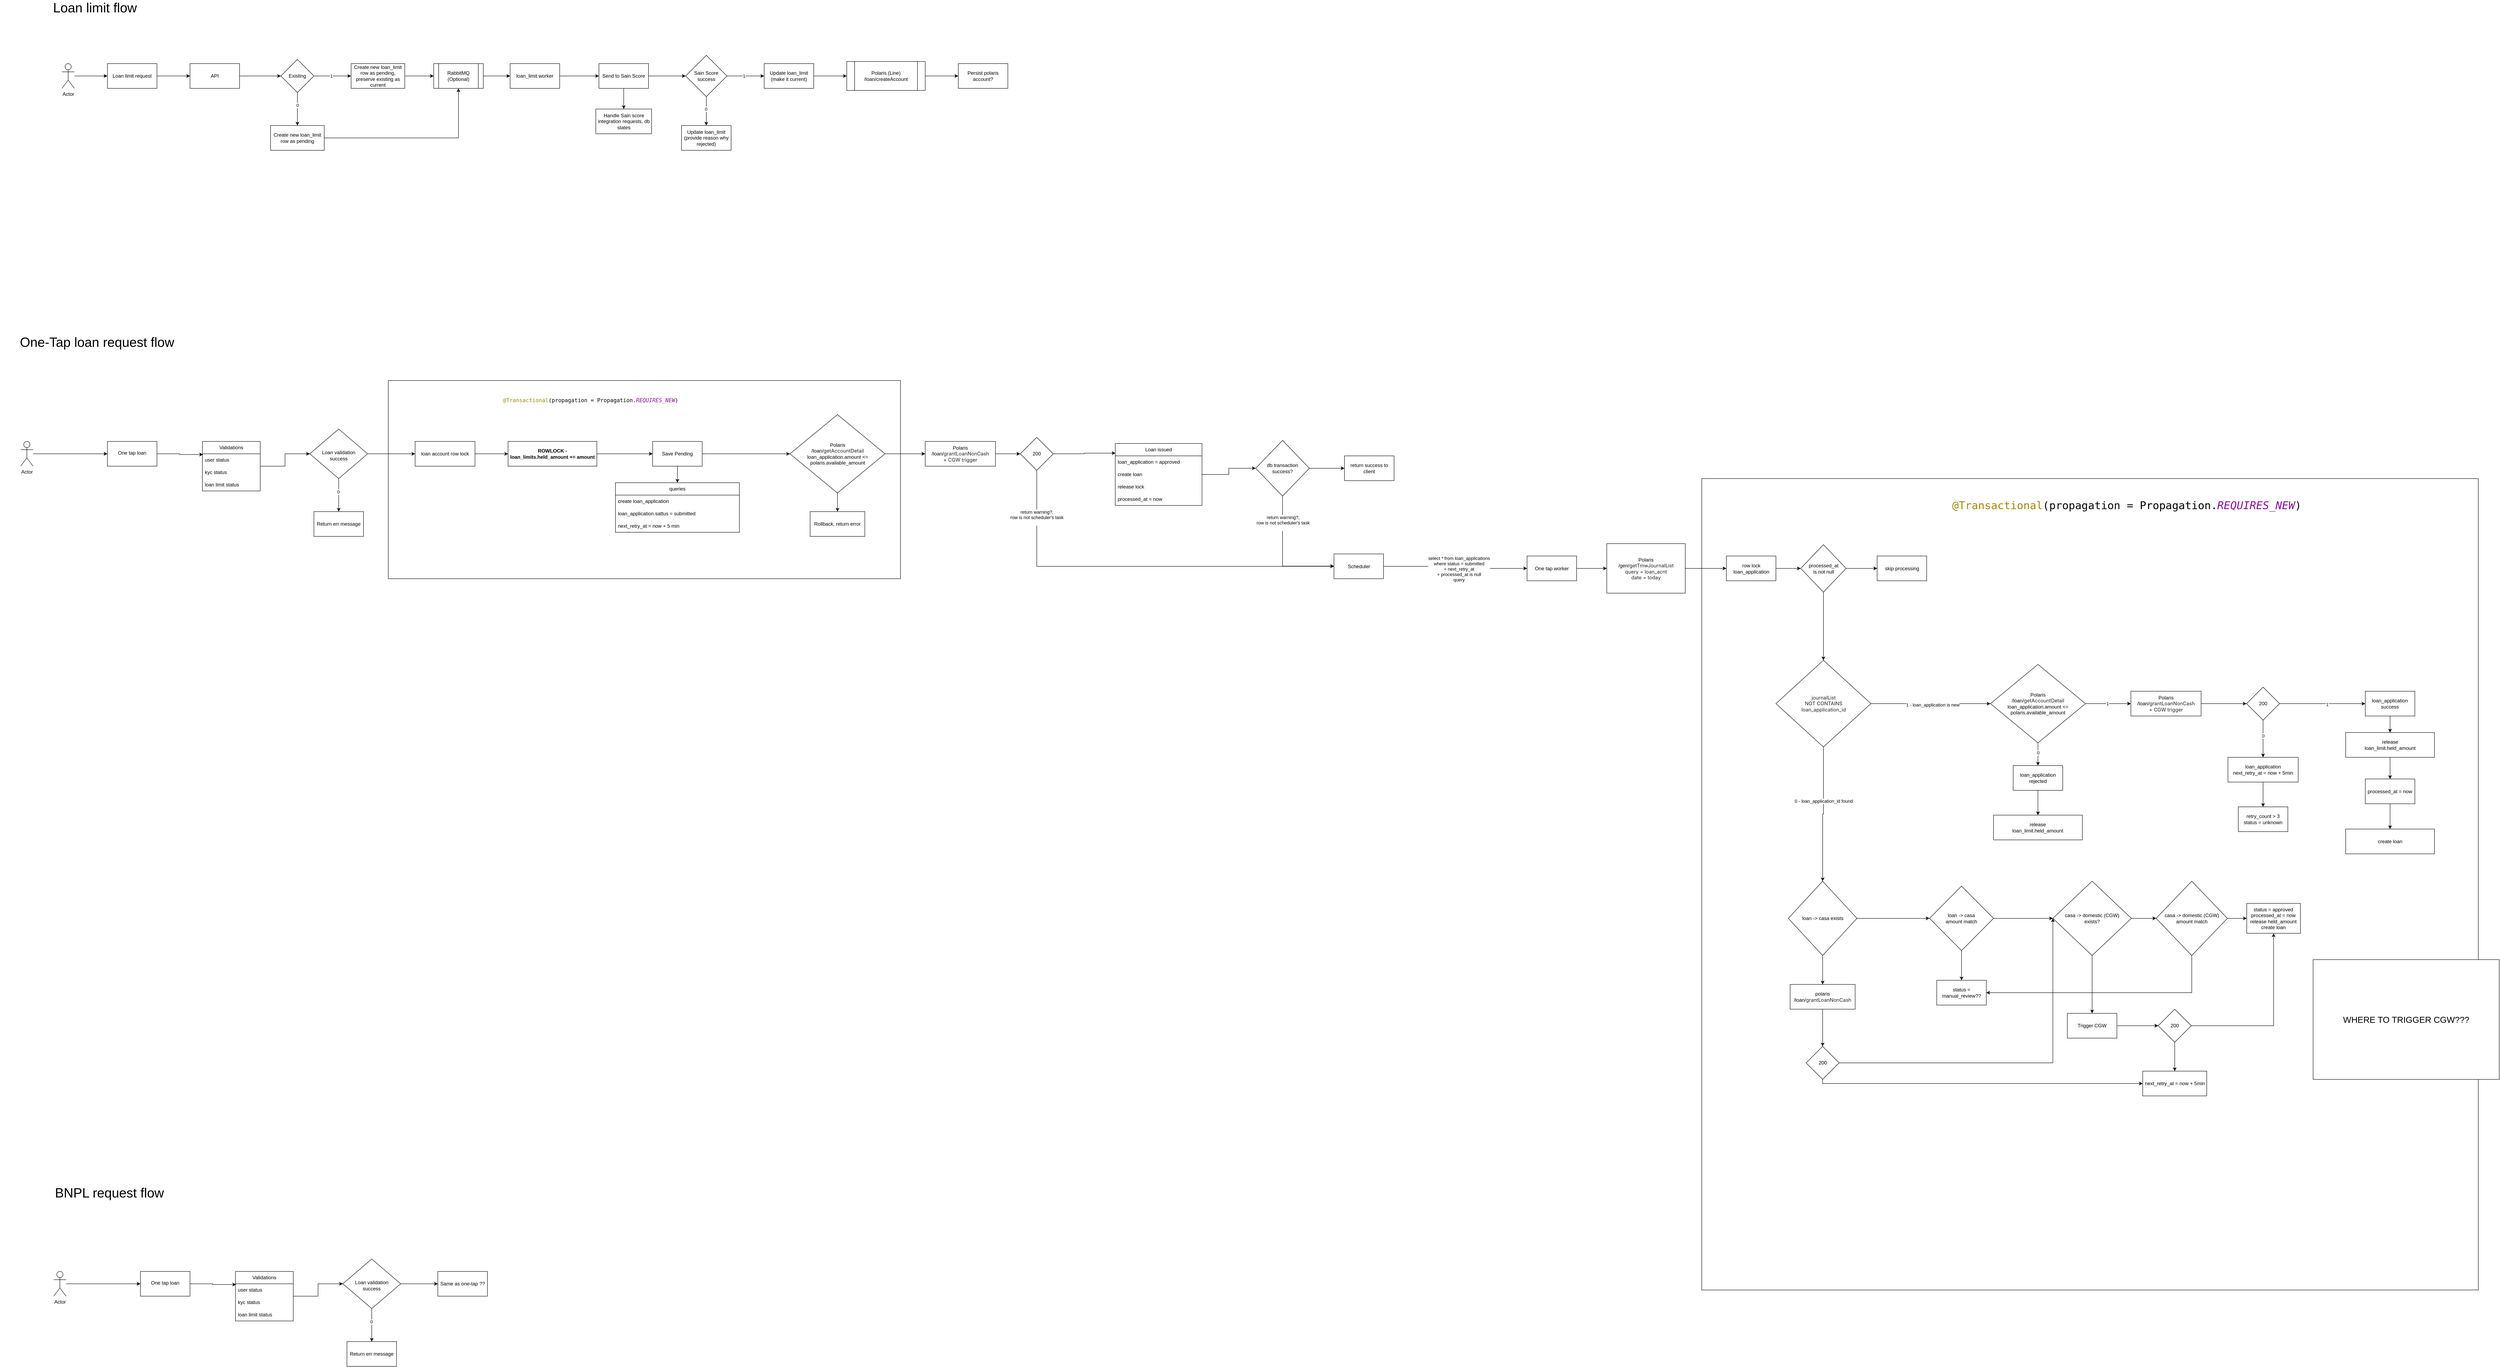
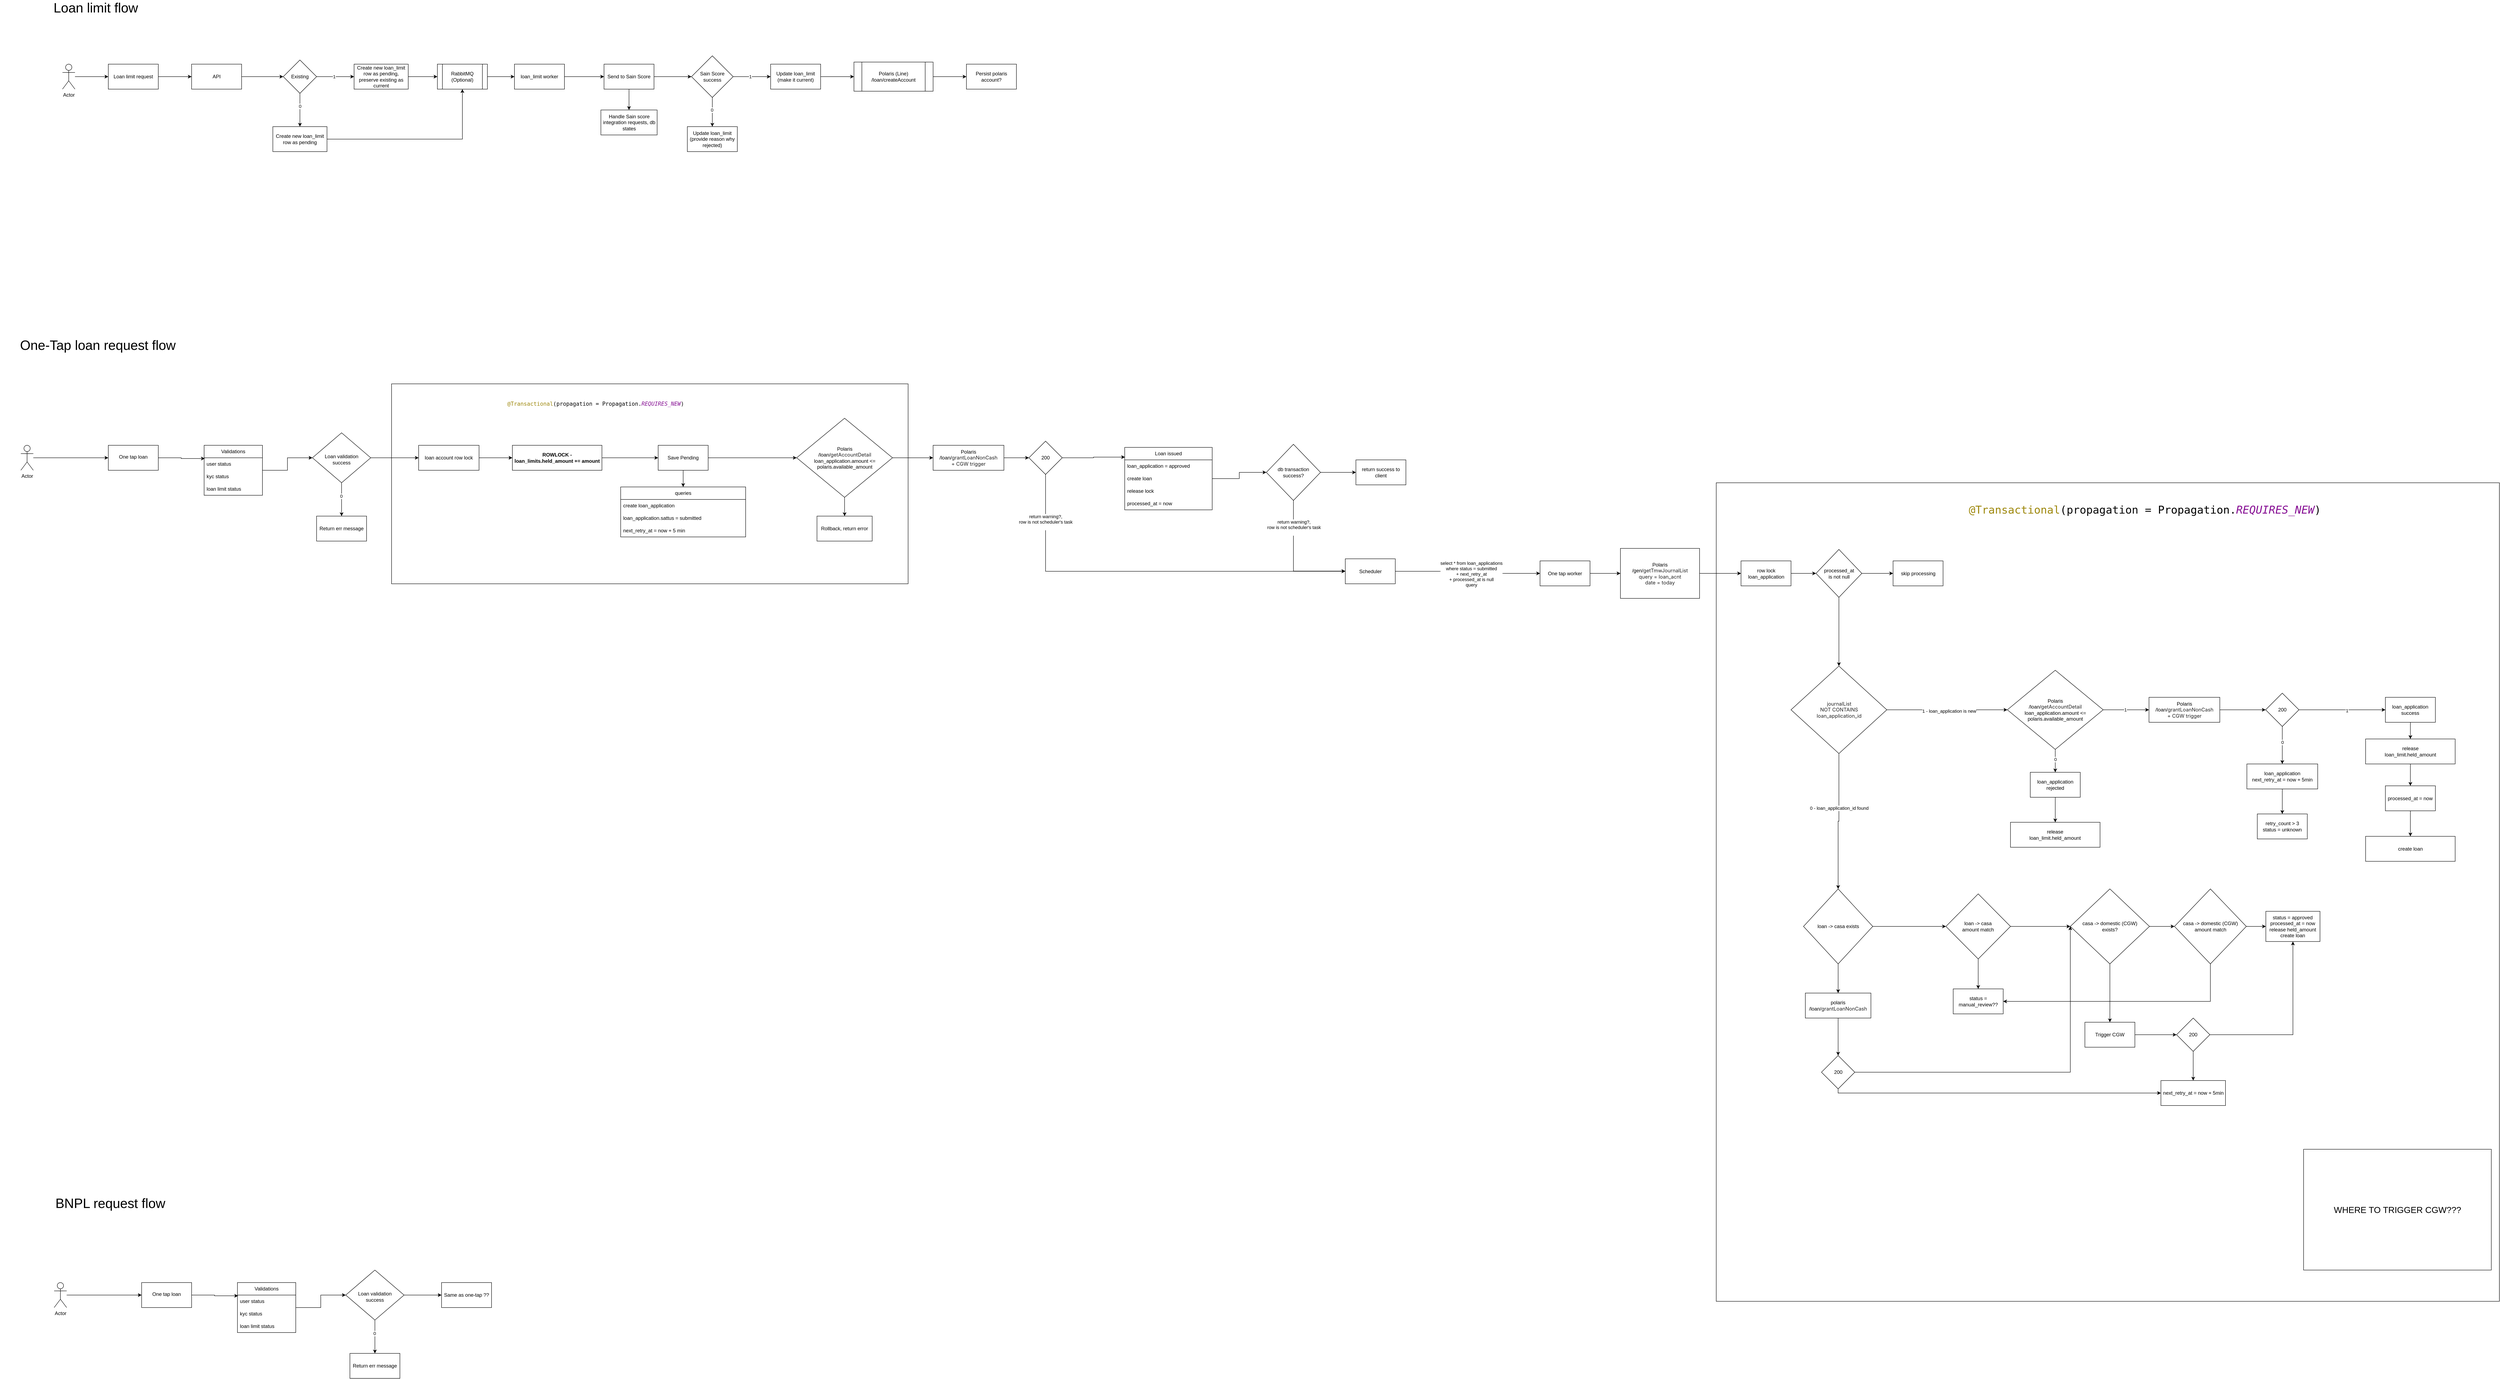
<mxfile host="app.diagrams.net">
  <diagram name="Page-1" id="VCBSuIh8bz7kurrQ0Zaz">
-     <mxGraphModel dx="2635" dy="1044" grid="1" gridSize="10" guides="1" tooltips="1" connect="1" arrows="1" fold="1" page="1" pageScale="1" pageWidth="850" pageHeight="1100" math="0" shadow="0">
+     <mxGraphModel dx="3082" dy="1305" grid="1" gridSize="10" guides="1" tooltips="1" connect="1" arrows="1" fold="1" page="1" pageScale="1" pageWidth="850" pageHeight="1100" math="0" shadow="0">
      <root>
        <mxCell id="0" />
        <mxCell id="1" parent="0" />
        <mxCell id="In8fDh9ZLN2M87an2Miy-188" parent="1" style="rounded=0;whiteSpace=wrap;html=1;movable=0;resizable=0;rotatable=0;deletable=0;editable=0;locked=1;connectable=0;" value="" vertex="1">
          <mxGeometry height="1965" width="1880" x="4010" y="1215" as="geometry" />
        </mxCell>
        <mxCell id="In8fDh9ZLN2M87an2Miy-172" parent="1" style="rounded=0;whiteSpace=wrap;html=1;movable=0;resizable=0;rotatable=0;deletable=0;editable=0;locked=1;connectable=0;" value="" vertex="1">
          <mxGeometry height="480" width="1240" x="830" y="977.5" as="geometry" />
        </mxCell>
        <mxCell id="KqixbsF9o6dLofBvsG9t-5" edge="1" parent="1" source="KqixbsF9o6dLofBvsG9t-1" style="edgeStyle=orthogonalEdgeStyle;rounded=0;orthogonalLoop=1;jettySize=auto;html=1;" target="KqixbsF9o6dLofBvsG9t-4" value="">
          <mxGeometry relative="1" as="geometry" />
        </mxCell>
        <mxCell id="KqixbsF9o6dLofBvsG9t-1" parent="1" style="rounded=0;whiteSpace=wrap;html=1;" value="Loan limit request" vertex="1">
          <mxGeometry height="60" width="120" x="150" y="210" as="geometry" />
        </mxCell>
        <mxCell id="KqixbsF9o6dLofBvsG9t-3" edge="1" parent="1" source="KqixbsF9o6dLofBvsG9t-2" style="edgeStyle=orthogonalEdgeStyle;rounded=0;orthogonalLoop=1;jettySize=auto;html=1;" target="KqixbsF9o6dLofBvsG9t-1" value="">
          <mxGeometry relative="1" as="geometry" />
        </mxCell>
        <mxCell id="KqixbsF9o6dLofBvsG9t-2" parent="1" style="shape=umlActor;verticalLabelPosition=bottom;verticalAlign=top;html=1;outlineConnect=0;" value="Actor" vertex="1">
          <mxGeometry height="60" width="30" x="40" y="210" as="geometry" />
        </mxCell>
        <mxCell id="KqixbsF9o6dLofBvsG9t-9" edge="1" parent="1" source="KqixbsF9o6dLofBvsG9t-4" style="edgeStyle=orthogonalEdgeStyle;rounded=0;orthogonalLoop=1;jettySize=auto;html=1;" target="KqixbsF9o6dLofBvsG9t-8" value="">
          <mxGeometry relative="1" as="geometry" />
        </mxCell>
        <mxCell id="KqixbsF9o6dLofBvsG9t-4" parent="1" style="rounded=0;whiteSpace=wrap;html=1;" value="API" vertex="1">
          <mxGeometry height="60" width="120" x="350" y="210" as="geometry" />
        </mxCell>
        <mxCell id="KqixbsF9o6dLofBvsG9t-11" edge="1" parent="1" source="KqixbsF9o6dLofBvsG9t-8" style="edgeStyle=orthogonalEdgeStyle;rounded=0;orthogonalLoop=1;jettySize=auto;html=1;" target="KqixbsF9o6dLofBvsG9t-10" value="">
          <mxGeometry relative="1" as="geometry" />
        </mxCell>
        <mxCell id="KqixbsF9o6dLofBvsG9t-12" connectable="0" parent="KqixbsF9o6dLofBvsG9t-11" style="edgeLabel;html=1;align=center;verticalAlign=middle;resizable=0;points=[];" value="1" vertex="1">
          <mxGeometry relative="1" x="-0.079" as="geometry">
            <mxPoint as="offset" />
          </mxGeometry>
        </mxCell>
        <mxCell id="KqixbsF9o6dLofBvsG9t-14" edge="1" parent="1" source="KqixbsF9o6dLofBvsG9t-8" style="edgeStyle=orthogonalEdgeStyle;rounded=0;orthogonalLoop=1;jettySize=auto;html=1;" target="KqixbsF9o6dLofBvsG9t-13" value="">
          <mxGeometry relative="1" as="geometry" />
        </mxCell>
        <mxCell id="KqixbsF9o6dLofBvsG9t-15" connectable="0" parent="KqixbsF9o6dLofBvsG9t-14" style="edgeLabel;html=1;align=center;verticalAlign=middle;resizable=0;points=[];" value="0" vertex="1">
          <mxGeometry relative="1" x="-0.2407" as="geometry">
            <mxPoint as="offset" />
          </mxGeometry>
        </mxCell>
        <mxCell id="KqixbsF9o6dLofBvsG9t-8" parent="1" style="rhombus;whiteSpace=wrap;html=1;rounded=0;" value="Existing" vertex="1">
          <mxGeometry height="80" width="80" x="570" y="200" as="geometry" />
        </mxCell>
        <mxCell id="KqixbsF9o6dLofBvsG9t-23" edge="1" parent="1" source="KqixbsF9o6dLofBvsG9t-10" style="edgeStyle=orthogonalEdgeStyle;rounded=0;orthogonalLoop=1;jettySize=auto;html=1;" target="KqixbsF9o6dLofBvsG9t-22" value="">
          <mxGeometry relative="1" as="geometry" />
        </mxCell>
        <mxCell id="KqixbsF9o6dLofBvsG9t-10" parent="1" style="whiteSpace=wrap;html=1;rounded=0;" value="Create new loan_limit row as pending, preserve existing as current" vertex="1">
          <mxGeometry height="60" width="130" x="740" y="210" as="geometry" />
        </mxCell>
        <mxCell id="KqixbsF9o6dLofBvsG9t-26" edge="1" parent="1" source="KqixbsF9o6dLofBvsG9t-13" style="edgeStyle=orthogonalEdgeStyle;rounded=0;orthogonalLoop=1;jettySize=auto;html=1;entryX=0.5;entryY=1;entryDx=0;entryDy=0;" target="KqixbsF9o6dLofBvsG9t-22">
          <mxGeometry relative="1" as="geometry" />
        </mxCell>
        <mxCell id="KqixbsF9o6dLofBvsG9t-13" parent="1" style="whiteSpace=wrap;html=1;rounded=0;" value="Create new loan_limit row as pending" vertex="1">
          <mxGeometry height="60" width="130" x="545" y="360" as="geometry" />
        </mxCell>
        <mxCell id="KqixbsF9o6dLofBvsG9t-25" edge="1" parent="1" source="KqixbsF9o6dLofBvsG9t-22" style="edgeStyle=orthogonalEdgeStyle;rounded=0;orthogonalLoop=1;jettySize=auto;html=1;" target="KqixbsF9o6dLofBvsG9t-24" value="">
          <mxGeometry relative="1" as="geometry" />
        </mxCell>
        <mxCell id="KqixbsF9o6dLofBvsG9t-22" parent="1" style="shape=process;whiteSpace=wrap;html=1;backgroundOutline=1;rounded=0;" value="RabbitMQ (Optional)" vertex="1">
          <mxGeometry height="60" width="120" x="940" y="210" as="geometry" />
        </mxCell>
        <mxCell id="KqixbsF9o6dLofBvsG9t-28" edge="1" parent="1" source="KqixbsF9o6dLofBvsG9t-24" style="edgeStyle=orthogonalEdgeStyle;rounded=0;orthogonalLoop=1;jettySize=auto;html=1;" target="KqixbsF9o6dLofBvsG9t-27" value="">
          <mxGeometry relative="1" as="geometry" />
        </mxCell>
        <mxCell id="KqixbsF9o6dLofBvsG9t-24" parent="1" style="whiteSpace=wrap;html=1;rounded=0;" value="loan_limit worker" vertex="1">
          <mxGeometry height="60" width="120" x="1125" y="210" as="geometry" />
        </mxCell>
        <mxCell id="KqixbsF9o6dLofBvsG9t-30" edge="1" parent="1" source="KqixbsF9o6dLofBvsG9t-27" style="edgeStyle=orthogonalEdgeStyle;rounded=0;orthogonalLoop=1;jettySize=auto;html=1;" target="KqixbsF9o6dLofBvsG9t-29" value="">
          <mxGeometry relative="1" as="geometry" />
        </mxCell>
        <mxCell id="KqixbsF9o6dLofBvsG9t-38" edge="1" parent="1" source="KqixbsF9o6dLofBvsG9t-27" style="edgeStyle=orthogonalEdgeStyle;rounded=0;orthogonalLoop=1;jettySize=auto;html=1;" target="KqixbsF9o6dLofBvsG9t-37" value="">
          <mxGeometry relative="1" as="geometry" />
        </mxCell>
        <mxCell id="KqixbsF9o6dLofBvsG9t-27" parent="1" style="whiteSpace=wrap;html=1;rounded=0;" value="Send to Sain Score" vertex="1">
          <mxGeometry height="60" width="120" x="1340" y="210" as="geometry" />
        </mxCell>
        <mxCell id="KqixbsF9o6dLofBvsG9t-32" edge="1" parent="1" source="KqixbsF9o6dLofBvsG9t-29" style="edgeStyle=orthogonalEdgeStyle;rounded=0;orthogonalLoop=1;jettySize=auto;html=1;" target="KqixbsF9o6dLofBvsG9t-31" value="">
          <mxGeometry relative="1" as="geometry" />
        </mxCell>
        <mxCell id="KqixbsF9o6dLofBvsG9t-33" connectable="0" parent="KqixbsF9o6dLofBvsG9t-32" style="edgeLabel;html=1;align=center;verticalAlign=middle;resizable=0;points=[];" value="1" vertex="1">
          <mxGeometry relative="1" x="-0.1048" as="geometry">
            <mxPoint as="offset" />
          </mxGeometry>
        </mxCell>
        <mxCell id="KqixbsF9o6dLofBvsG9t-35" edge="1" parent="1" source="KqixbsF9o6dLofBvsG9t-29" style="edgeStyle=orthogonalEdgeStyle;rounded=0;orthogonalLoop=1;jettySize=auto;html=1;" target="KqixbsF9o6dLofBvsG9t-34" value="">
          <mxGeometry relative="1" as="geometry" />
        </mxCell>
        <mxCell id="KqixbsF9o6dLofBvsG9t-36" connectable="0" parent="KqixbsF9o6dLofBvsG9t-35" style="edgeLabel;html=1;align=center;verticalAlign=middle;resizable=0;points=[];" value="0" vertex="1">
          <mxGeometry relative="1" x="-0.1429" y="-1" as="geometry">
            <mxPoint as="offset" />
          </mxGeometry>
        </mxCell>
        <mxCell id="KqixbsF9o6dLofBvsG9t-29" parent="1" style="rhombus;whiteSpace=wrap;html=1;rounded=0;" value="Sain Score success" vertex="1">
          <mxGeometry height="100" width="100" x="1550" y="190" as="geometry" />
        </mxCell>
        <mxCell id="KqixbsF9o6dLofBvsG9t-66" edge="1" parent="1" source="KqixbsF9o6dLofBvsG9t-31" style="edgeStyle=orthogonalEdgeStyle;rounded=0;orthogonalLoop=1;jettySize=auto;html=1;" target="KqixbsF9o6dLofBvsG9t-65" value="">
          <mxGeometry relative="1" as="geometry" />
        </mxCell>
        <mxCell id="KqixbsF9o6dLofBvsG9t-31" parent="1" style="whiteSpace=wrap;html=1;rounded=0;" value="Update loan_limit (make it current)" vertex="1">
          <mxGeometry height="60" width="120" x="1740" y="210" as="geometry" />
        </mxCell>
        <mxCell id="KqixbsF9o6dLofBvsG9t-34" parent="1" style="whiteSpace=wrap;html=1;rounded=0;" value="Update loan_limit&lt;br&gt;(provide reason why rejected)" vertex="1">
          <mxGeometry height="60" width="120" x="1540" y="360" as="geometry" />
        </mxCell>
        <mxCell id="KqixbsF9o6dLofBvsG9t-37" parent="1" style="whiteSpace=wrap;html=1;rounded=0;" value="Handle Sain score integration requests, db states" vertex="1">
          <mxGeometry height="60" width="135" x="1332.5" y="320" as="geometry" />
        </mxCell>
        <mxCell id="KqixbsF9o6dLofBvsG9t-40" parent="1" style="text;html=1;whiteSpace=wrap;strokeColor=none;fillColor=none;align=center;verticalAlign=middle;rounded=0;fontSize=32;" value="Loan limit flow" vertex="1">
          <mxGeometry height="30" width="260" x="-10" y="60" as="geometry" />
        </mxCell>
        <mxCell id="KqixbsF9o6dLofBvsG9t-74" edge="1" parent="1" source="KqixbsF9o6dLofBvsG9t-65" style="edgeStyle=orthogonalEdgeStyle;rounded=0;orthogonalLoop=1;jettySize=auto;html=1;" target="KqixbsF9o6dLofBvsG9t-73" value="">
          <mxGeometry relative="1" as="geometry" />
        </mxCell>
        <mxCell id="KqixbsF9o6dLofBvsG9t-65" parent="1" style="shape=process;whiteSpace=wrap;html=1;backgroundOutline=1;rounded=0;" value="Polaris (Line)&lt;br&gt;/loan/createAccount" vertex="1">
          <mxGeometry height="70" width="190" x="1940" y="205" as="geometry" />
        </mxCell>
        <mxCell id="KqixbsF9o6dLofBvsG9t-73" parent="1" style="whiteSpace=wrap;html=1;rounded=0;" value="Persist polaris account?" vertex="1">
          <mxGeometry height="60" width="120" x="2210" y="210" as="geometry" />
        </mxCell>
        <mxCell id="U8Ajh8Gpa-m2DNKNFQys-1" parent="1" style="text;html=1;whiteSpace=wrap;strokeColor=none;fillColor=none;align=center;verticalAlign=middle;rounded=0;fontSize=32;" value="One-Tap loan request flow" vertex="1">
          <mxGeometry height="30" width="470" x="-110" y="870" as="geometry" />
        </mxCell>
        <mxCell id="In8fDh9ZLN2M87an2Miy-1" edge="1" parent="1" source="In8fDh9ZLN2M87an2Miy-2" style="edgeStyle=orthogonalEdgeStyle;rounded=0;orthogonalLoop=1;jettySize=auto;html=1;" target="In8fDh9ZLN2M87an2Miy-4" value="">
          <mxGeometry relative="1" as="geometry" />
        </mxCell>
        <mxCell id="In8fDh9ZLN2M87an2Miy-2" parent="1" style="shape=umlActor;verticalLabelPosition=bottom;verticalAlign=top;html=1;outlineConnect=0;" value="Actor" vertex="1">
          <mxGeometry height="60" width="30" x="-60" y="1125" as="geometry" />
        </mxCell>
        <mxCell id="In8fDh9ZLN2M87an2Miy-3" edge="1" parent="1" source="In8fDh9ZLN2M87an2Miy-4" style="edgeStyle=orthogonalEdgeStyle;rounded=0;orthogonalLoop=1;jettySize=auto;html=1;entryX=0.011;entryY=0.06;entryDx=0;entryDy=0;entryPerimeter=0;" target="In8fDh9ZLN2M87an2Miy-28" value="">
          <mxGeometry relative="1" as="geometry">
            <mxPoint x="360" y="1155" as="targetPoint" />
          </mxGeometry>
        </mxCell>
        <mxCell id="In8fDh9ZLN2M87an2Miy-4" parent="1" style="whiteSpace=wrap;html=1;verticalAlign=top;" value="&lt;div&gt;&lt;br&gt;&lt;/div&gt;&lt;div&gt;One tap loan&lt;/div&gt;" vertex="1">
          <mxGeometry height="60" width="120" x="150" y="1125" as="geometry" />
        </mxCell>
        <mxCell id="In8fDh9ZLN2M87an2Miy-7" edge="1" parent="1" source="In8fDh9ZLN2M87an2Miy-9" style="edgeStyle=orthogonalEdgeStyle;rounded=0;orthogonalLoop=1;jettySize=auto;html=1;" target="In8fDh9ZLN2M87an2Miy-13" value="">
          <mxGeometry relative="1" as="geometry" />
        </mxCell>
        <mxCell id="In8fDh9ZLN2M87an2Miy-8" connectable="0" parent="In8fDh9ZLN2M87an2Miy-7" style="edgeLabel;html=1;align=center;verticalAlign=middle;resizable=0;points=[];" value="0" vertex="1">
          <mxGeometry relative="1" x="-0.2091" y="-1" as="geometry">
            <mxPoint as="offset" />
          </mxGeometry>
        </mxCell>
        <mxCell id="In8fDh9ZLN2M87an2Miy-163" edge="1" parent="1" source="In8fDh9ZLN2M87an2Miy-9" style="edgeStyle=orthogonalEdgeStyle;rounded=0;orthogonalLoop=1;jettySize=auto;html=1;entryX=0;entryY=0.5;entryDx=0;entryDy=0;" target="In8fDh9ZLN2M87an2Miy-161">
          <mxGeometry relative="1" as="geometry" />
        </mxCell>
        <mxCell id="In8fDh9ZLN2M87an2Miy-9" parent="1" style="rhombus;whiteSpace=wrap;html=1;verticalAlign=top;" value="&lt;br&gt;&lt;br&gt;&lt;div&gt;&lt;br&gt;&lt;/div&gt;&lt;div&gt;Loan validation&lt;br&gt;success&lt;/div&gt;" vertex="1">
          <mxGeometry height="120" width="140" x="640" y="1095" as="geometry" />
        </mxCell>
        <mxCell id="In8fDh9ZLN2M87an2Miy-10" edge="1" parent="1" source="In8fDh9ZLN2M87an2Miy-12" style="edgeStyle=orthogonalEdgeStyle;rounded=0;orthogonalLoop=1;jettySize=auto;html=1;entryX=0.5;entryY=0;entryDx=0;entryDy=0;" target="In8fDh9ZLN2M87an2Miy-14">
          <mxGeometry relative="1" as="geometry" />
        </mxCell>
        <mxCell id="In8fDh9ZLN2M87an2Miy-54" edge="1" parent="1" source="In8fDh9ZLN2M87an2Miy-105" style="edgeStyle=orthogonalEdgeStyle;rounded=0;orthogonalLoop=1;jettySize=auto;html=1;exitX=1;exitY=0.5;exitDx=0;exitDy=0;" target="In8fDh9ZLN2M87an2Miy-53" value="">
          <mxGeometry relative="1" as="geometry">
            <mxPoint x="3329.5" y="1432.5" as="sourcePoint" />
          </mxGeometry>
        </mxCell>
        <mxCell id="In8fDh9ZLN2M87an2Miy-55" connectable="0" parent="In8fDh9ZLN2M87an2Miy-54" style="edgeLabel;html=1;align=center;verticalAlign=middle;resizable=0;points=[];" value="select * from loan_applications&lt;br&gt;where status = submitted&lt;br&gt;+ next_retry_at&lt;br&gt;+ processed_at is null&lt;br&gt;query" vertex="1">
          <mxGeometry relative="1" x="0.0637" y="-1" as="geometry">
            <mxPoint as="offset" />
          </mxGeometry>
        </mxCell>
        <mxCell id="In8fDh9ZLN2M87an2Miy-173" edge="1" parent="1" source="In8fDh9ZLN2M87an2Miy-12" style="edgeStyle=orthogonalEdgeStyle;rounded=0;orthogonalLoop=1;jettySize=auto;html=1;entryX=0;entryY=0.5;entryDx=0;entryDy=0;" target="In8fDh9ZLN2M87an2Miy-152">
          <mxGeometry relative="1" as="geometry" />
        </mxCell>
        <mxCell id="In8fDh9ZLN2M87an2Miy-12" parent="1" style="whiteSpace=wrap;html=1;verticalAlign=middle;" value="Save Pending" vertex="1">
          <mxGeometry height="60" width="120" x="1470" y="1125" as="geometry" />
        </mxCell>
        <mxCell id="In8fDh9ZLN2M87an2Miy-13" parent="1" style="whiteSpace=wrap;html=1;verticalAlign=middle;" value="Return err message" vertex="1">
          <mxGeometry height="60" width="120" x="650" y="1295" as="geometry" />
        </mxCell>
        <mxCell id="In8fDh9ZLN2M87an2Miy-14" parent="1" style="swimlane;fontStyle=0;childLayout=stackLayout;horizontal=1;startSize=30;horizontalStack=0;resizeParent=1;resizeParentMax=0;resizeLast=0;collapsible=1;marginBottom=0;whiteSpace=wrap;html=1;" value="queries" vertex="1">
          <mxGeometry height="120" width="300" x="1380" y="1225" as="geometry" />
        </mxCell>
        <mxCell id="In8fDh9ZLN2M87an2Miy-15" parent="In8fDh9ZLN2M87an2Miy-14" style="text;strokeColor=none;fillColor=none;align=left;verticalAlign=middle;spacingLeft=4;spacingRight=4;overflow=hidden;points=[[0,0.5],[1,0.5]];portConstraint=eastwest;rotatable=0;whiteSpace=wrap;html=1;" value="create loan_application" vertex="1">
          <mxGeometry height="30" width="300" y="30" as="geometry" />
        </mxCell>
        <mxCell id="In8fDh9ZLN2M87an2Miy-104" parent="In8fDh9ZLN2M87an2Miy-14" style="text;strokeColor=none;fillColor=none;align=left;verticalAlign=middle;spacingLeft=4;spacingRight=4;overflow=hidden;points=[[0,0.5],[1,0.5]];portConstraint=eastwest;rotatable=0;whiteSpace=wrap;html=1;" value="loan_application.sattus = submitted" vertex="1">
          <mxGeometry height="30" width="300" y="60" as="geometry" />
        </mxCell>
        <mxCell id="In8fDh9ZLN2M87an2Miy-17" parent="In8fDh9ZLN2M87an2Miy-14" style="text;strokeColor=none;fillColor=none;align=left;verticalAlign=middle;spacingLeft=4;spacingRight=4;overflow=hidden;points=[[0,0.5],[1,0.5]];portConstraint=eastwest;rotatable=0;whiteSpace=wrap;html=1;" value="next_retry_at = now + 5 min" vertex="1">
          <mxGeometry height="30" width="300" y="90" as="geometry" />
        </mxCell>
        <mxCell id="In8fDh9ZLN2M87an2Miy-32" edge="1" parent="1" source="In8fDh9ZLN2M87an2Miy-27" style="edgeStyle=orthogonalEdgeStyle;rounded=0;orthogonalLoop=1;jettySize=auto;html=1;entryX=0;entryY=0.5;entryDx=0;entryDy=0;" target="In8fDh9ZLN2M87an2Miy-9">
          <mxGeometry relative="1" as="geometry" />
        </mxCell>
        <mxCell id="In8fDh9ZLN2M87an2Miy-27" parent="1" style="swimlane;fontStyle=0;childLayout=stackLayout;horizontal=1;startSize=30;horizontalStack=0;resizeParent=1;resizeParentMax=0;resizeLast=0;collapsible=1;marginBottom=0;whiteSpace=wrap;html=1;" value="Validations" vertex="1">
          <mxGeometry height="120" width="140" x="380" y="1125" as="geometry" />
        </mxCell>
        <mxCell id="In8fDh9ZLN2M87an2Miy-28" parent="In8fDh9ZLN2M87an2Miy-27" style="text;strokeColor=none;fillColor=none;align=left;verticalAlign=middle;spacingLeft=4;spacingRight=4;overflow=hidden;points=[[0,0.5],[1,0.5]];portConstraint=eastwest;rotatable=0;whiteSpace=wrap;html=1;" value="user status" vertex="1">
          <mxGeometry height="30" width="140" y="30" as="geometry" />
        </mxCell>
        <mxCell id="In8fDh9ZLN2M87an2Miy-29" parent="In8fDh9ZLN2M87an2Miy-27" style="text;strokeColor=none;fillColor=none;align=left;verticalAlign=middle;spacingLeft=4;spacingRight=4;overflow=hidden;points=[[0,0.5],[1,0.5]];portConstraint=eastwest;rotatable=0;whiteSpace=wrap;html=1;" value="kyc status" vertex="1">
          <mxGeometry height="30" width="140" y="60" as="geometry" />
        </mxCell>
        <mxCell id="In8fDh9ZLN2M87an2Miy-33" parent="In8fDh9ZLN2M87an2Miy-27" style="text;strokeColor=none;fillColor=none;align=left;verticalAlign=middle;spacingLeft=4;spacingRight=4;overflow=hidden;points=[[0,0.5],[1,0.5]];portConstraint=eastwest;rotatable=0;whiteSpace=wrap;html=1;" value="loan limit status" vertex="1">
          <mxGeometry height="30" width="140" y="90" as="geometry" />
        </mxCell>
        <mxCell id="In8fDh9ZLN2M87an2Miy-116" edge="1" parent="1" source="In8fDh9ZLN2M87an2Miy-53" style="edgeStyle=orthogonalEdgeStyle;rounded=0;orthogonalLoop=1;jettySize=auto;html=1;entryX=0;entryY=0.5;entryDx=0;entryDy=0;" target="In8fDh9ZLN2M87an2Miy-68">
          <mxGeometry relative="1" as="geometry" />
        </mxCell>
        <mxCell id="In8fDh9ZLN2M87an2Miy-53" parent="1" style="whiteSpace=wrap;html=1;" value="One tap worker" vertex="1">
          <mxGeometry height="60" width="120" x="3587" y="1402.5" as="geometry" />
        </mxCell>
        <mxCell id="In8fDh9ZLN2M87an2Miy-67" edge="1" parent="1" source="In8fDh9ZLN2M87an2Miy-58" style="edgeStyle=orthogonalEdgeStyle;rounded=0;orthogonalLoop=1;jettySize=auto;html=1;entryX=0;entryY=0.5;entryDx=0;entryDy=0;" target="In8fDh9ZLN2M87an2Miy-66" value="">
          <mxGeometry relative="1" as="geometry">
            <mxPoint x="5343.87" y="1760" as="targetPoint" />
          </mxGeometry>
        </mxCell>
        <mxCell id="In8fDh9ZLN2M87an2Miy-58" parent="1" style="whiteSpace=wrap;html=1;" value="Polaris /loan/&lt;span style=&quot;color: rgb(33, 33, 33); font-family: Inter, system-ui, -apple-system, &amp;quot;system-ui&amp;quot;, &amp;quot;Segoe UI&amp;quot;, Roboto, Oxygen, Ubuntu, Cantarell, &amp;quot;Fira Sans&amp;quot;, &amp;quot;Droid Sans&amp;quot;, Helvetica, Arial, sans-serif; text-align: left; white-space: pre-wrap; background-color: rgb(255, 255, 255);&quot;&gt;grantLoanNonCash&lt;br/&gt;+ CGW trigger&lt;/span&gt;" vertex="1">
          <mxGeometry height="60" width="170" x="5048.87" y="1730" as="geometry" />
        </mxCell>
        <mxCell id="In8fDh9ZLN2M87an2Miy-62" edge="1" parent="1" source="In8fDh9ZLN2M87an2Miy-59" style="edgeStyle=orthogonalEdgeStyle;rounded=0;orthogonalLoop=1;jettySize=auto;html=1;" target="In8fDh9ZLN2M87an2Miy-61" value="">
          <mxGeometry relative="1" as="geometry" />
        </mxCell>
        <mxCell id="In8fDh9ZLN2M87an2Miy-91" connectable="0" parent="In8fDh9ZLN2M87an2Miy-62" style="edgeLabel;html=1;align=center;verticalAlign=middle;resizable=0;points=[];" value="0" vertex="1">
          <mxGeometry relative="1" x="-0.1431" as="geometry">
            <mxPoint as="offset" />
          </mxGeometry>
        </mxCell>
        <mxCell id="In8fDh9ZLN2M87an2Miy-65" edge="1" parent="1" source="In8fDh9ZLN2M87an2Miy-59" style="edgeStyle=orthogonalEdgeStyle;rounded=0;orthogonalLoop=1;jettySize=auto;html=1;" target="In8fDh9ZLN2M87an2Miy-58">
          <mxGeometry relative="1" as="geometry" />
        </mxCell>
        <mxCell id="In8fDh9ZLN2M87an2Miy-90" connectable="0" parent="In8fDh9ZLN2M87an2Miy-65" style="edgeLabel;html=1;align=center;verticalAlign=middle;resizable=0;points=[];" value="1" vertex="1">
          <mxGeometry relative="1" x="-0.0451" as="geometry">
            <mxPoint as="offset" />
          </mxGeometry>
        </mxCell>
        <mxCell id="In8fDh9ZLN2M87an2Miy-59" parent="1" style="rhombus;whiteSpace=wrap;html=1;" value="Polaris&lt;br&gt;/loan/&lt;span style=&quot;color: rgb(33, 33, 33); font-family: Inter, system-ui, -apple-system, &amp;quot;system-ui&amp;quot;, &amp;quot;Segoe UI&amp;quot;, Roboto, Oxygen, Ubuntu, Cantarell, &amp;quot;Fira Sans&amp;quot;, &amp;quot;Droid Sans&amp;quot;, Helvetica, Arial, sans-serif; text-align: left; white-space: pre-wrap; background-color: rgb(255, 255, 255);&quot;&gt;getAccountDetail&lt;/span&gt;&lt;br&gt;loan_application.amount &amp;lt;= polaris.available_amount" vertex="1">
          <mxGeometry height="190" width="230" x="4708.87" y="1665" as="geometry" />
        </mxCell>
        <mxCell id="In8fDh9ZLN2M87an2Miy-64" edge="1" parent="1" source="In8fDh9ZLN2M87an2Miy-61" style="edgeStyle=orthogonalEdgeStyle;rounded=0;orthogonalLoop=1;jettySize=auto;html=1;" target="In8fDh9ZLN2M87an2Miy-63" value="">
          <mxGeometry relative="1" as="geometry" />
        </mxCell>
        <mxCell id="In8fDh9ZLN2M87an2Miy-61" parent="1" style="whiteSpace=wrap;html=1;" value="loan_application&lt;br&gt;rejected" vertex="1">
          <mxGeometry height="60" width="120" x="4763.87" y="1910" as="geometry" />
        </mxCell>
        <mxCell id="In8fDh9ZLN2M87an2Miy-63" parent="1" style="whiteSpace=wrap;html=1;" value="release &lt;br&gt;loan_limit.held_amount" vertex="1">
          <mxGeometry height="60" width="215" x="4716.37" y="2030" as="geometry" />
        </mxCell>
        <mxCell id="In8fDh9ZLN2M87an2Miy-81" edge="1" parent="1" source="In8fDh9ZLN2M87an2Miy-66" style="edgeStyle=orthogonalEdgeStyle;rounded=0;orthogonalLoop=1;jettySize=auto;html=1;entryX=0;entryY=0.5;entryDx=0;entryDy=0;" target="In8fDh9ZLN2M87an2Miy-79">
          <mxGeometry relative="1" as="geometry" />
        </mxCell>
        <mxCell id="In8fDh9ZLN2M87an2Miy-92" connectable="0" parent="In8fDh9ZLN2M87an2Miy-81" style="edgeLabel;html=1;align=center;verticalAlign=middle;resizable=0;points=[];" value="1" vertex="1">
          <mxGeometry relative="1" x="0.1055" y="-2" as="geometry">
            <mxPoint as="offset" />
          </mxGeometry>
        </mxCell>
        <mxCell id="In8fDh9ZLN2M87an2Miy-83" edge="1" parent="1" source="In8fDh9ZLN2M87an2Miy-66" style="edgeStyle=orthogonalEdgeStyle;rounded=0;orthogonalLoop=1;jettySize=auto;html=1;" target="In8fDh9ZLN2M87an2Miy-82" value="">
          <mxGeometry relative="1" as="geometry" />
        </mxCell>
        <mxCell id="In8fDh9ZLN2M87an2Miy-93" connectable="0" parent="In8fDh9ZLN2M87an2Miy-83" style="edgeLabel;html=1;align=center;verticalAlign=middle;resizable=0;points=[];" value="0" vertex="1">
          <mxGeometry relative="1" x="-0.1623" as="geometry">
            <mxPoint as="offset" />
          </mxGeometry>
        </mxCell>
        <mxCell id="In8fDh9ZLN2M87an2Miy-66" parent="1" style="rhombus;whiteSpace=wrap;html=1;" value="200" vertex="1">
          <mxGeometry height="80" width="80" x="5328.87" y="1720" as="geometry" />
        </mxCell>
        <mxCell id="In8fDh9ZLN2M87an2Miy-119" edge="1" parent="1" source="In8fDh9ZLN2M87an2Miy-68" style="edgeStyle=orthogonalEdgeStyle;rounded=0;orthogonalLoop=1;jettySize=auto;html=1;" target="In8fDh9ZLN2M87an2Miy-118" value="">
          <mxGeometry relative="1" as="geometry" />
        </mxCell>
        <mxCell id="In8fDh9ZLN2M87an2Miy-68" parent="1" style="whiteSpace=wrap;html=1;" value="Polaris&lt;br&gt;/gen/&lt;span style=&quot;white-space: pre-wrap; color: rgb(33, 33, 33); font-family: Inter, system-ui, -apple-system, &amp;quot;system-ui&amp;quot;, &amp;quot;Segoe UI&amp;quot;, Roboto, Oxygen, Ubuntu, Cantarell, &amp;quot;Fira Sans&amp;quot;, &amp;quot;Droid Sans&amp;quot;, Helvetica, Arial, sans-serif; text-align: left; background-color: rgb(255, 255, 255);&quot;&gt;getTmwJournalList&lt;br&gt;query = loan_acnt&lt;br/&gt;date = today&lt;/span&gt;" vertex="1">
          <mxGeometry height="120" width="190" x="3780" y="1372.5" as="geometry" />
        </mxCell>
        <mxCell id="In8fDh9ZLN2M87an2Miy-71" edge="1" parent="1" source="In8fDh9ZLN2M87an2Miy-69" style="edgeStyle=orthogonalEdgeStyle;rounded=0;orthogonalLoop=1;jettySize=auto;html=1;entryX=0;entryY=0.5;entryDx=0;entryDy=0;" target="In8fDh9ZLN2M87an2Miy-59">
          <mxGeometry relative="1" as="geometry" />
        </mxCell>
        <mxCell id="In8fDh9ZLN2M87an2Miy-77" connectable="0" parent="In8fDh9ZLN2M87an2Miy-71" style="edgeLabel;html=1;align=center;verticalAlign=middle;resizable=0;points=[];" value="1 - loan_application is new" vertex="1">
          <mxGeometry relative="1" x="0.0312" y="-3" as="geometry">
            <mxPoint as="offset" />
          </mxGeometry>
        </mxCell>
        <mxCell id="In8fDh9ZLN2M87an2Miy-73" edge="1" parent="1" source="In8fDh9ZLN2M87an2Miy-69" style="edgeStyle=orthogonalEdgeStyle;rounded=0;orthogonalLoop=1;jettySize=auto;html=1;entryX=0.5;entryY=0;entryDx=0;entryDy=0;" target="In8fDh9ZLN2M87an2Miy-111" value="">
          <mxGeometry relative="1" as="geometry">
            <mxPoint x="4303.87" y="1960" as="targetPoint" />
          </mxGeometry>
        </mxCell>
        <mxCell id="In8fDh9ZLN2M87an2Miy-74" connectable="0" parent="In8fDh9ZLN2M87an2Miy-73" style="edgeLabel;html=1;align=center;verticalAlign=middle;resizable=0;points=[];" value="0 - loan_application_id found" vertex="1">
          <mxGeometry relative="1" x="-0.1975" as="geometry">
            <mxPoint as="offset" />
          </mxGeometry>
        </mxCell>
        <mxCell id="In8fDh9ZLN2M87an2Miy-69" parent="1" style="rhombus;whiteSpace=wrap;html=1;verticalAlign=middle;" value="&lt;div style=&quot;text-align: center;&quot;&gt;&lt;span style=&quot;background-color: light-dark(rgb(255, 255, 255), rgb(18, 18, 18)); color: light-dark(rgb(33, 33, 33), rgb(209, 209, 209)); font-family: Inter, system-ui, -apple-system, &amp;quot;system-ui&amp;quot;, &amp;quot;Segoe UI&amp;quot;, Roboto, Oxygen, Ubuntu, Cantarell, &amp;quot;Fira Sans&amp;quot;, &amp;quot;Droid Sans&amp;quot;, Helvetica, Arial, sans-serif; text-align: left; white-space: pre-wrap;&quot;&gt;journalList&lt;br&gt;NOT CONTAINS&lt;/span&gt;&lt;/div&gt;&lt;span style=&quot;white-space: pre-wrap; color: rgb(33, 33, 33); font-family: Inter, system-ui, -apple-system, &amp;quot;system-ui&amp;quot;, &amp;quot;Segoe UI&amp;quot;, Roboto, Oxygen, Ubuntu, Cantarell, &amp;quot;Fira Sans&amp;quot;, &amp;quot;Droid Sans&amp;quot;, Helvetica, Arial, sans-serif; text-align: left; background-color: rgb(255, 255, 255);&quot;&gt;loan_application_id&lt;/span&gt;" vertex="1">
          <mxGeometry height="210" width="230" x="4189.5" y="1655" as="geometry" />
        </mxCell>
        <mxCell id="In8fDh9ZLN2M87an2Miy-78" edge="1" parent="1" source="In8fDh9ZLN2M87an2Miy-79" style="edgeStyle=orthogonalEdgeStyle;rounded=0;orthogonalLoop=1;jettySize=auto;html=1;" target="In8fDh9ZLN2M87an2Miy-80" value="">
          <mxGeometry relative="1" as="geometry" />
        </mxCell>
        <mxCell id="In8fDh9ZLN2M87an2Miy-79" parent="1" style="whiteSpace=wrap;html=1;" value="loan_application&lt;br&gt;success" vertex="1">
          <mxGeometry height="60" width="120" x="5616.37" y="1730" as="geometry" />
        </mxCell>
        <mxCell id="In8fDh9ZLN2M87an2Miy-132" edge="1" parent="1" source="In8fDh9ZLN2M87an2Miy-80" style="edgeStyle=orthogonalEdgeStyle;rounded=0;orthogonalLoop=1;jettySize=auto;html=1;" target="In8fDh9ZLN2M87an2Miy-131" value="">
          <mxGeometry relative="1" as="geometry" />
        </mxCell>
        <mxCell id="In8fDh9ZLN2M87an2Miy-80" parent="1" style="whiteSpace=wrap;html=1;" value="release &lt;br&gt;loan_limit.held_amount" vertex="1">
          <mxGeometry height="60" width="215" x="5568.87" y="1830" as="geometry" />
        </mxCell>
        <mxCell id="In8fDh9ZLN2M87an2Miy-95" edge="1" parent="1" source="In8fDh9ZLN2M87an2Miy-82" style="edgeStyle=orthogonalEdgeStyle;rounded=0;orthogonalLoop=1;jettySize=auto;html=1;" target="In8fDh9ZLN2M87an2Miy-94" value="">
          <mxGeometry relative="1" as="geometry" />
        </mxCell>
        <mxCell id="In8fDh9ZLN2M87an2Miy-82" parent="1" style="whiteSpace=wrap;html=1;" value="loan_application&lt;br&gt;next_retry_at = now + 5min" vertex="1">
          <mxGeometry height="60" width="170" x="5283.87" y="1890" as="geometry" />
        </mxCell>
        <mxCell id="In8fDh9ZLN2M87an2Miy-88" parent="1" style="whiteSpace=wrap;html=1;" value="create loan" vertex="1">
          <mxGeometry height="60" width="215" x="5568.87" y="2063.75" as="geometry" />
        </mxCell>
        <mxCell id="In8fDh9ZLN2M87an2Miy-94" parent="1" style="whiteSpace=wrap;html=1;" value="retry_count &amp;gt; 3&lt;br&gt;status = unknown" vertex="1">
          <mxGeometry height="60" width="120" x="5308.87" y="2010" as="geometry" />
        </mxCell>
        <mxCell id="In8fDh9ZLN2M87an2Miy-105" parent="1" style="rounded=0;whiteSpace=wrap;html=1;" value="Scheduler" vertex="1">
          <mxGeometry height="60" width="120" x="3119.5" y="1397.5" as="geometry" />
        </mxCell>
        <mxCell id="In8fDh9ZLN2M87an2Miy-127" edge="1" parent="1" source="In8fDh9ZLN2M87an2Miy-111" style="edgeStyle=orthogonalEdgeStyle;rounded=0;orthogonalLoop=1;jettySize=auto;html=1;" target="In8fDh9ZLN2M87an2Miy-126" value="">
          <mxGeometry relative="1" as="geometry" />
        </mxCell>
        <mxCell id="In8fDh9ZLN2M87an2Miy-135" edge="1" parent="1" source="In8fDh9ZLN2M87an2Miy-111" style="edgeStyle=orthogonalEdgeStyle;rounded=0;orthogonalLoop=1;jettySize=auto;html=1;entryX=0;entryY=0.5;entryDx=0;entryDy=0;" target="In8fDh9ZLN2M87an2Miy-222">
          <mxGeometry relative="1" as="geometry">
            <mxPoint x="4520" y="2280" as="targetPoint" />
          </mxGeometry>
        </mxCell>
        <mxCell id="In8fDh9ZLN2M87an2Miy-111" parent="1" style="rhombus;whiteSpace=wrap;html=1;" value="loan -&amp;gt; casa exists" vertex="1">
          <mxGeometry height="180" width="166.25" x="4219.5" y="2190" as="geometry" />
        </mxCell>
        <mxCell id="In8fDh9ZLN2M87an2Miy-113" parent="1" style="whiteSpace=wrap;html=1;" value="status = approved&lt;br&gt;processed_at = now&lt;br&gt;release held_amount&lt;br&gt;create loan" vertex="1">
          <mxGeometry height="72.5" width="130" x="5329.37" y="2243.75" as="geometry" />
        </mxCell>
        <mxCell id="In8fDh9ZLN2M87an2Miy-122" edge="1" parent="1" source="In8fDh9ZLN2M87an2Miy-118" style="edgeStyle=orthogonalEdgeStyle;rounded=0;orthogonalLoop=1;jettySize=auto;html=1;" target="In8fDh9ZLN2M87an2Miy-121" value="">
          <mxGeometry relative="1" as="geometry" />
        </mxCell>
        <mxCell id="In8fDh9ZLN2M87an2Miy-118" parent="1" style="whiteSpace=wrap;html=1;" value="row lock&lt;br&gt;loan_application" vertex="1">
          <mxGeometry height="60" width="120" x="4069.5" y="1402.5" as="geometry" />
        </mxCell>
        <mxCell id="In8fDh9ZLN2M87an2Miy-124" edge="1" parent="1" source="In8fDh9ZLN2M87an2Miy-121" style="edgeStyle=orthogonalEdgeStyle;rounded=0;orthogonalLoop=1;jettySize=auto;html=1;" target="In8fDh9ZLN2M87an2Miy-123" value="">
          <mxGeometry relative="1" as="geometry" />
        </mxCell>
        <mxCell id="In8fDh9ZLN2M87an2Miy-125" edge="1" parent="1" source="In8fDh9ZLN2M87an2Miy-121" style="edgeStyle=orthogonalEdgeStyle;rounded=0;orthogonalLoop=1;jettySize=auto;html=1;entryX=0.5;entryY=0;entryDx=0;entryDy=0;" target="In8fDh9ZLN2M87an2Miy-69">
          <mxGeometry relative="1" as="geometry" />
        </mxCell>
        <mxCell id="In8fDh9ZLN2M87an2Miy-121" parent="1" style="rhombus;whiteSpace=wrap;html=1;" value="processed_at &lt;br&gt;is not null" vertex="1">
          <mxGeometry height="115" width="110" x="4249.5" y="1375" as="geometry" />
        </mxCell>
        <mxCell id="In8fDh9ZLN2M87an2Miy-123" parent="1" style="whiteSpace=wrap;html=1;" value="skip processing" vertex="1">
          <mxGeometry height="60" width="120" x="4434.5" y="1402.5" as="geometry" />
        </mxCell>
        <mxCell id="In8fDh9ZLN2M87an2Miy-216" edge="1" parent="1" source="In8fDh9ZLN2M87an2Miy-126" style="edgeStyle=orthogonalEdgeStyle;rounded=0;orthogonalLoop=1;jettySize=auto;html=1;entryX=0.5;entryY=0;entryDx=0;entryDy=0;" target="In8fDh9ZLN2M87an2Miy-214">
          <mxGeometry relative="1" as="geometry" />
        </mxCell>
        <mxCell id="In8fDh9ZLN2M87an2Miy-126" parent="1" style="whiteSpace=wrap;html=1;" value="polaris&lt;br&gt;/loan/&lt;span style=&quot;white-space: pre-wrap; color: rgb(33, 33, 33); font-family: Inter, system-ui, -apple-system, &amp;quot;system-ui&amp;quot;, &amp;quot;Segoe UI&amp;quot;, Roboto, Oxygen, Ubuntu, Cantarell, &amp;quot;Fira Sans&amp;quot;, &amp;quot;Droid Sans&amp;quot;, Helvetica, Arial, sans-serif; text-align: left; background-color: rgb(255, 255, 255);&quot;&gt;grantLoanNonCash&lt;/span&gt;" vertex="1">
          <mxGeometry height="60" width="157.38" x="4223.93" y="2440" as="geometry" />
        </mxCell>
        <mxCell id="In8fDh9ZLN2M87an2Miy-130" parent="1" style="rounded=0;whiteSpace=wrap;html=1;fontSize=21;" value="WHERE TO TRIGGER CGW???" vertex="1">
-           <mxGeometry height="290" width="450.63" x="5490" y="2380" as="geometry" />
+           <mxGeometry height="290" width="450.63" x="5420" y="2815" as="geometry" />
        </mxCell>
        <mxCell id="In8fDh9ZLN2M87an2Miy-133" edge="1" parent="1" source="In8fDh9ZLN2M87an2Miy-131" style="edgeStyle=orthogonalEdgeStyle;rounded=0;orthogonalLoop=1;jettySize=auto;html=1;" target="In8fDh9ZLN2M87an2Miy-88" value="">
          <mxGeometry relative="1" as="geometry" />
        </mxCell>
        <mxCell id="In8fDh9ZLN2M87an2Miy-131" parent="1" style="whiteSpace=wrap;html=1;" value="processed_at = now" vertex="1">
          <mxGeometry height="60" width="120" x="5616.37" y="1942.5" as="geometry" />
        </mxCell>
        <mxCell id="In8fDh9ZLN2M87an2Miy-141" edge="1" parent="1" source="In8fDh9ZLN2M87an2Miy-134" style="edgeStyle=orthogonalEdgeStyle;rounded=0;orthogonalLoop=1;jettySize=auto;html=1;entryX=0;entryY=0.5;entryDx=0;entryDy=0;" target="In8fDh9ZLN2M87an2Miy-139">
          <mxGeometry relative="1" as="geometry" />
        </mxCell>
        <mxCell id="In8fDh9ZLN2M87an2Miy-145" edge="1" parent="1" source="In8fDh9ZLN2M87an2Miy-134" style="edgeStyle=orthogonalEdgeStyle;rounded=0;orthogonalLoop=1;jettySize=auto;html=1;" target="In8fDh9ZLN2M87an2Miy-144" value="">
          <mxGeometry relative="1" as="geometry" />
        </mxCell>
        <mxCell id="In8fDh9ZLN2M87an2Miy-134" parent="1" style="rhombus;whiteSpace=wrap;html=1;" value="casa -&amp;gt; domestic (CGW)&lt;br&gt;exists?" vertex="1">
          <mxGeometry height="180" width="190" x="4860" y="2190" as="geometry" />
        </mxCell>
        <mxCell id="In8fDh9ZLN2M87an2Miy-142" edge="1" parent="1" source="In8fDh9ZLN2M87an2Miy-139" style="edgeStyle=orthogonalEdgeStyle;rounded=0;orthogonalLoop=1;jettySize=auto;html=1;entryX=0;entryY=0.5;entryDx=0;entryDy=0;" target="In8fDh9ZLN2M87an2Miy-113">
          <mxGeometry relative="1" as="geometry" />
        </mxCell>
        <mxCell id="In8fDh9ZLN2M87an2Miy-227" edge="1" parent="1" source="In8fDh9ZLN2M87an2Miy-139" style="edgeStyle=orthogonalEdgeStyle;rounded=0;orthogonalLoop=1;jettySize=auto;html=1;entryX=1;entryY=0.5;entryDx=0;entryDy=0;" target="In8fDh9ZLN2M87an2Miy-225">
          <mxGeometry relative="1" as="geometry">
            <Array as="points">
              <mxPoint x="5196" y="2460" />
            </Array>
          </mxGeometry>
        </mxCell>
        <mxCell id="In8fDh9ZLN2M87an2Miy-139" parent="1" style="rhombus;whiteSpace=wrap;html=1;" value="casa -&amp;gt; domestic (CGW)&lt;br&gt;amount match" vertex="1">
          <mxGeometry height="180" width="172.5" x="5110" y="2190" as="geometry" />
        </mxCell>
        <mxCell id="In8fDh9ZLN2M87an2Miy-147" edge="1" parent="1" source="In8fDh9ZLN2M87an2Miy-144" style="edgeStyle=orthogonalEdgeStyle;rounded=0;orthogonalLoop=1;jettySize=auto;html=1;" target="In8fDh9ZLN2M87an2Miy-146" value="">
          <mxGeometry relative="1" as="geometry" />
        </mxCell>
        <mxCell id="In8fDh9ZLN2M87an2Miy-144" parent="1" style="whiteSpace=wrap;html=1;" value="Trigger CGW" vertex="1">
          <mxGeometry height="60" width="120" x="4895" y="2510" as="geometry" />
        </mxCell>
        <mxCell id="In8fDh9ZLN2M87an2Miy-148" edge="1" parent="1" source="In8fDh9ZLN2M87an2Miy-146" style="edgeStyle=orthogonalEdgeStyle;rounded=0;orthogonalLoop=1;jettySize=auto;html=1;entryX=0.5;entryY=1;entryDx=0;entryDy=0;" target="In8fDh9ZLN2M87an2Miy-113">
          <mxGeometry relative="1" as="geometry" />
        </mxCell>
        <mxCell id="In8fDh9ZLN2M87an2Miy-150" edge="1" parent="1" source="In8fDh9ZLN2M87an2Miy-146" style="edgeStyle=orthogonalEdgeStyle;rounded=0;orthogonalLoop=1;jettySize=auto;html=1;" target="In8fDh9ZLN2M87an2Miy-149" value="">
          <mxGeometry relative="1" as="geometry" />
        </mxCell>
        <mxCell id="In8fDh9ZLN2M87an2Miy-146" parent="1" style="rhombus;whiteSpace=wrap;html=1;" value="200" vertex="1">
          <mxGeometry height="80" width="80" x="5115" y="2500" as="geometry" />
        </mxCell>
        <mxCell id="In8fDh9ZLN2M87an2Miy-149" parent="1" style="whiteSpace=wrap;html=1;" value="next_retry_at = now + 5min" vertex="1">
          <mxGeometry height="60" width="155" x="5077.5" y="2650" as="geometry" />
        </mxCell>
        <mxCell id="In8fDh9ZLN2M87an2Miy-154" edge="1" parent="1" source="In8fDh9ZLN2M87an2Miy-152" style="edgeStyle=orthogonalEdgeStyle;rounded=0;orthogonalLoop=1;jettySize=auto;html=1;entryX=0;entryY=0.5;entryDx=0;entryDy=0;" target="In8fDh9ZLN2M87an2Miy-153">
          <mxGeometry relative="1" as="geometry" />
        </mxCell>
        <mxCell id="In8fDh9ZLN2M87an2Miy-176" edge="1" parent="1" source="In8fDh9ZLN2M87an2Miy-152" style="edgeStyle=orthogonalEdgeStyle;rounded=0;orthogonalLoop=1;jettySize=auto;html=1;" target="In8fDh9ZLN2M87an2Miy-175" value="">
          <mxGeometry relative="1" as="geometry" />
        </mxCell>
        <mxCell id="In8fDh9ZLN2M87an2Miy-152" parent="1" style="rhombus;whiteSpace=wrap;html=1;" value="Polaris&lt;br&gt;/loan/&lt;span style=&quot;color: rgb(33, 33, 33); font-family: Inter, system-ui, -apple-system, &amp;quot;system-ui&amp;quot;, &amp;quot;Segoe UI&amp;quot;, Roboto, Oxygen, Ubuntu, Cantarell, &amp;quot;Fira Sans&amp;quot;, &amp;quot;Droid Sans&amp;quot;, Helvetica, Arial, sans-serif; text-align: left; white-space: pre-wrap; background-color: rgb(255, 255, 255);&quot;&gt;getAccountDetail&lt;/span&gt;&lt;br&gt;loan_application.amount &amp;lt;= polaris.available_amount" vertex="1">
          <mxGeometry height="190" width="230" x="1802.5" y="1060" as="geometry" />
        </mxCell>
        <mxCell id="In8fDh9ZLN2M87an2Miy-158" edge="1" parent="1" source="In8fDh9ZLN2M87an2Miy-153" style="edgeStyle=orthogonalEdgeStyle;rounded=0;orthogonalLoop=1;jettySize=auto;html=1;entryX=0;entryY=0.5;entryDx=0;entryDy=0;" target="In8fDh9ZLN2M87an2Miy-157">
          <mxGeometry relative="1" as="geometry" />
        </mxCell>
        <mxCell id="In8fDh9ZLN2M87an2Miy-153" parent="1" style="whiteSpace=wrap;html=1;" value="Polaris /loan/&lt;span style=&quot;color: rgb(33, 33, 33); font-family: Inter, system-ui, -apple-system, &amp;quot;system-ui&amp;quot;, &amp;quot;Segoe UI&amp;quot;, Roboto, Oxygen, Ubuntu, Cantarell, &amp;quot;Fira Sans&amp;quot;, &amp;quot;Droid Sans&amp;quot;, Helvetica, Arial, sans-serif; text-align: left; white-space: pre-wrap; background-color: rgb(255, 255, 255);&quot;&gt;grantLoanNonCash&lt;br/&gt;+ CGW trigger&lt;/span&gt;" vertex="1">
          <mxGeometry height="60" width="170" x="2130" y="1125" as="geometry" />
        </mxCell>
        <mxCell id="In8fDh9ZLN2M87an2Miy-177" edge="1" parent="1" source="In8fDh9ZLN2M87an2Miy-157" style="edgeStyle=orthogonalEdgeStyle;rounded=0;orthogonalLoop=1;jettySize=auto;html=1;entryX=0;entryY=0.5;entryDx=0;entryDy=0;" target="In8fDh9ZLN2M87an2Miy-105">
          <mxGeometry relative="1" as="geometry">
            <Array as="points">
              <mxPoint x="2400" y="1427" />
            </Array>
            <mxPoint x="2809.5" y="1427.5" as="targetPoint" />
          </mxGeometry>
        </mxCell>
        <mxCell id="In8fDh9ZLN2M87an2Miy-192" connectable="0" parent="In8fDh9ZLN2M87an2Miy-177" style="edgeLabel;html=1;align=center;verticalAlign=middle;resizable=0;points=[];" value="return warning?,&lt;br&gt;row is not scheduler&#39;s task&lt;div&gt;&lt;br&gt;&lt;/div&gt;" vertex="1">
          <mxGeometry relative="1" x="-0.7641" as="geometry">
            <mxPoint y="1" as="offset" />
          </mxGeometry>
        </mxCell>
        <mxCell id="In8fDh9ZLN2M87an2Miy-157" parent="1" style="rhombus;whiteSpace=wrap;html=1;" value="200" vertex="1">
          <mxGeometry height="80" width="80" x="2360" y="1115" as="geometry" />
        </mxCell>
        <mxCell id="In8fDh9ZLN2M87an2Miy-164" edge="1" parent="1" source="In8fDh9ZLN2M87an2Miy-161" style="edgeStyle=orthogonalEdgeStyle;rounded=0;orthogonalLoop=1;jettySize=auto;html=1;" target="In8fDh9ZLN2M87an2Miy-162" value="">
          <mxGeometry relative="1" as="geometry" />
        </mxCell>
        <mxCell id="In8fDh9ZLN2M87an2Miy-161" parent="1" style="rounded=0;whiteSpace=wrap;html=1;" value="loan account row lock" vertex="1">
          <mxGeometry height="60" width="145" x="895" y="1125" as="geometry" />
        </mxCell>
        <mxCell id="In8fDh9ZLN2M87an2Miy-165" edge="1" parent="1" source="In8fDh9ZLN2M87an2Miy-162" style="edgeStyle=orthogonalEdgeStyle;rounded=0;orthogonalLoop=1;jettySize=auto;html=1;" target="In8fDh9ZLN2M87an2Miy-12">
          <mxGeometry relative="1" as="geometry" />
        </mxCell>
        <mxCell id="In8fDh9ZLN2M87an2Miy-162" parent="1" style="rounded=0;whiteSpace=wrap;html=1;" value="&lt;span style=&quot;font-weight: 700; text-align: left;&quot;&gt;ROWLOCK - loan_limits.held_amount += amount&lt;/span&gt;" vertex="1">
          <mxGeometry height="60" width="215" x="1120" y="1125" as="geometry" />
        </mxCell>
        <mxCell id="In8fDh9ZLN2M87an2Miy-184" edge="1" parent="1" source="In8fDh9ZLN2M87an2Miy-166" style="edgeStyle=orthogonalEdgeStyle;rounded=0;orthogonalLoop=1;jettySize=auto;html=1;" target="In8fDh9ZLN2M87an2Miy-183" value="">
          <mxGeometry relative="1" as="geometry" />
        </mxCell>
        <mxCell id="In8fDh9ZLN2M87an2Miy-166" parent="1" style="swimlane;fontStyle=0;childLayout=stackLayout;horizontal=1;startSize=30;horizontalStack=0;resizeParent=1;resizeParentMax=0;resizeLast=0;collapsible=1;marginBottom=0;whiteSpace=wrap;html=1;" value="Loan issued" vertex="1">
          <mxGeometry height="150" width="210" x="2590" y="1130" as="geometry" />
        </mxCell>
        <mxCell id="In8fDh9ZLN2M87an2Miy-167" parent="In8fDh9ZLN2M87an2Miy-166" style="text;strokeColor=none;fillColor=none;align=left;verticalAlign=middle;spacingLeft=4;spacingRight=4;overflow=hidden;points=[[0,0.5],[1,0.5]];portConstraint=eastwest;rotatable=0;whiteSpace=wrap;html=1;" value="loan_application = approved" vertex="1">
          <mxGeometry height="30" width="210" y="30" as="geometry" />
        </mxCell>
        <mxCell id="In8fDh9ZLN2M87an2Miy-168" parent="In8fDh9ZLN2M87an2Miy-166" style="text;strokeColor=none;fillColor=none;align=left;verticalAlign=middle;spacingLeft=4;spacingRight=4;overflow=hidden;points=[[0,0.5],[1,0.5]];portConstraint=eastwest;rotatable=0;whiteSpace=wrap;html=1;" value="create loan" vertex="1">
          <mxGeometry height="30" width="210" y="60" as="geometry" />
        </mxCell>
        <mxCell id="In8fDh9ZLN2M87an2Miy-169" parent="In8fDh9ZLN2M87an2Miy-166" style="text;strokeColor=none;fillColor=none;align=left;verticalAlign=middle;spacingLeft=4;spacingRight=4;overflow=hidden;points=[[0,0.5],[1,0.5]];portConstraint=eastwest;rotatable=0;whiteSpace=wrap;html=1;" value="release lock" vertex="1">
          <mxGeometry height="30" width="210" y="90" as="geometry" />
        </mxCell>
        <mxCell id="In8fDh9ZLN2M87an2Miy-191" parent="In8fDh9ZLN2M87an2Miy-166" style="text;strokeColor=none;fillColor=none;align=left;verticalAlign=middle;spacingLeft=4;spacingRight=4;overflow=hidden;points=[[0,0.5],[1,0.5]];portConstraint=eastwest;rotatable=0;whiteSpace=wrap;html=1;" value="processed_at = now" vertex="1">
          <mxGeometry height="30" width="210" y="120" as="geometry" />
        </mxCell>
        <mxCell id="In8fDh9ZLN2M87an2Miy-170" edge="1" parent="1" source="In8fDh9ZLN2M87an2Miy-157" style="edgeStyle=orthogonalEdgeStyle;rounded=0;orthogonalLoop=1;jettySize=auto;html=1;entryX=0.003;entryY=0.156;entryDx=0;entryDy=0;entryPerimeter=0;" target="In8fDh9ZLN2M87an2Miy-166">
          <mxGeometry relative="1" as="geometry" />
        </mxCell>
        <mxCell id="In8fDh9ZLN2M87an2Miy-174" parent="1" style="text;html=1;whiteSpace=wrap;strokeColor=none;fillColor=none;align=center;verticalAlign=middle;rounded=0;" value="&lt;div style=&quot;background-color:#ffffff;color:#080808&quot;&gt;&lt;pre style=&quot;font-family:&#39;JetBrains Mono&#39;,monospace;font-size:9.8pt;&quot;&gt;&lt;span style=&quot;color:#9e880d;&quot;&gt;@Transactional&lt;/span&gt;(propagation = &lt;span style=&quot;color:#000000;&quot;&gt;Propagation&lt;/span&gt;.&lt;span style=&quot;color:#871094;font-style:italic;&quot;&gt;REQUIRES_NEW&lt;/span&gt;)&lt;/pre&gt;&lt;/div&gt;" vertex="1">
          <mxGeometry height="30" width="240" x="1200" y="1010" as="geometry" />
        </mxCell>
        <mxCell id="In8fDh9ZLN2M87an2Miy-175" parent="1" style="whiteSpace=wrap;html=1;" value="Rollback, return error" vertex="1">
          <mxGeometry height="60" width="132.5" x="1851.25" y="1295" as="geometry" />
        </mxCell>
        <mxCell id="In8fDh9ZLN2M87an2Miy-186" edge="1" parent="1" source="In8fDh9ZLN2M87an2Miy-183" style="edgeStyle=orthogonalEdgeStyle;rounded=0;orthogonalLoop=1;jettySize=auto;html=1;" target="In8fDh9ZLN2M87an2Miy-185" value="">
          <mxGeometry relative="1" as="geometry" />
        </mxCell>
        <mxCell id="In8fDh9ZLN2M87an2Miy-187" edge="1" parent="1" source="In8fDh9ZLN2M87an2Miy-183" style="edgeStyle=orthogonalEdgeStyle;rounded=0;orthogonalLoop=1;jettySize=auto;html=1;" target="In8fDh9ZLN2M87an2Miy-105">
          <mxGeometry relative="1" as="geometry">
            <Array as="points">
              <mxPoint x="2995" y="1427" />
            </Array>
          </mxGeometry>
        </mxCell>
        <mxCell id="In8fDh9ZLN2M87an2Miy-195" connectable="0" parent="In8fDh9ZLN2M87an2Miy-187" style="edgeLabel;html=1;align=center;verticalAlign=middle;resizable=0;points=[];" value="return warning?,&lt;br&gt;row is not scheduler&#39;s task&lt;div&gt;&lt;br&gt;&lt;/div&gt;" vertex="1">
          <mxGeometry relative="1" x="-0.5656" y="1" as="geometry">
            <mxPoint as="offset" />
          </mxGeometry>
        </mxCell>
        <mxCell id="In8fDh9ZLN2M87an2Miy-183" parent="1" style="rhombus;whiteSpace=wrap;html=1;fontStyle=0;startSize=30;horizontal=1;" value="db transaction success?" vertex="1">
          <mxGeometry height="135" width="130" x="2930" y="1122.5" as="geometry" />
        </mxCell>
        <mxCell id="In8fDh9ZLN2M87an2Miy-185" parent="1" style="whiteSpace=wrap;html=1;fontStyle=0;startSize=30;horizontal=1;" value="return success to client" vertex="1">
          <mxGeometry height="60" width="120" x="3145" y="1160" as="geometry" />
        </mxCell>
        <mxCell id="In8fDh9ZLN2M87an2Miy-189" parent="1" style="text;html=1;whiteSpace=wrap;strokeColor=none;fillColor=none;align=center;verticalAlign=middle;rounded=0;fontSize=26;" value="&lt;div style=&quot;background-color:#ffffff;color:#080808&quot;&gt;&lt;pre style=&quot;font-family: &amp;quot;JetBrains Mono&amp;quot;, monospace;&quot;&gt;&lt;span style=&quot;color:#9e880d;&quot;&gt;@Transactional&lt;/span&gt;(propagation = &lt;span style=&quot;color:#000000;&quot;&gt;Propagation&lt;/span&gt;.&lt;span style=&quot;color:#871094;font-style:italic;&quot;&gt;REQUIRES_NEW&lt;/span&gt;)&lt;/pre&gt;&lt;/div&gt;" vertex="1">
          <mxGeometry height="30" width="240" x="4918.87" y="1265" as="geometry" />
        </mxCell>
        <mxCell id="In8fDh9ZLN2M87an2Miy-198" parent="1" style="text;html=1;whiteSpace=wrap;strokeColor=none;fillColor=none;align=center;verticalAlign=middle;rounded=0;fontSize=32;" value="BNPL request flow" vertex="1">
          <mxGeometry height="30" width="470" x="-80" y="2930" as="geometry" />
        </mxCell>
        <mxCell id="In8fDh9ZLN2M87an2Miy-199" edge="1" parent="1" source="In8fDh9ZLN2M87an2Miy-200" style="edgeStyle=orthogonalEdgeStyle;rounded=0;orthogonalLoop=1;jettySize=auto;html=1;" target="In8fDh9ZLN2M87an2Miy-202" value="">
          <mxGeometry relative="1" as="geometry" />
        </mxCell>
        <mxCell id="In8fDh9ZLN2M87an2Miy-200" parent="1" style="shape=umlActor;verticalLabelPosition=bottom;verticalAlign=top;html=1;outlineConnect=0;" value="Actor" vertex="1">
          <mxGeometry height="60" width="30" x="20" y="3135" as="geometry" />
        </mxCell>
        <mxCell id="In8fDh9ZLN2M87an2Miy-201" edge="1" parent="1" source="In8fDh9ZLN2M87an2Miy-202" style="edgeStyle=orthogonalEdgeStyle;rounded=0;orthogonalLoop=1;jettySize=auto;html=1;entryX=0.011;entryY=0.06;entryDx=0;entryDy=0;entryPerimeter=0;" target="In8fDh9ZLN2M87an2Miy-209" value="">
          <mxGeometry relative="1" as="geometry">
            <mxPoint x="440" y="3165" as="targetPoint" />
          </mxGeometry>
        </mxCell>
        <mxCell id="In8fDh9ZLN2M87an2Miy-202" parent="1" style="whiteSpace=wrap;html=1;verticalAlign=top;" value="&lt;div&gt;&lt;br&gt;&lt;/div&gt;&lt;div&gt;One tap loan&lt;/div&gt;" vertex="1">
          <mxGeometry height="60" width="120" x="230" y="3135" as="geometry" />
        </mxCell>
        <mxCell id="In8fDh9ZLN2M87an2Miy-203" edge="1" parent="1" source="In8fDh9ZLN2M87an2Miy-205" style="edgeStyle=orthogonalEdgeStyle;rounded=0;orthogonalLoop=1;jettySize=auto;html=1;" target="In8fDh9ZLN2M87an2Miy-206" value="">
          <mxGeometry relative="1" as="geometry" />
        </mxCell>
        <mxCell id="In8fDh9ZLN2M87an2Miy-204" connectable="0" parent="In8fDh9ZLN2M87an2Miy-203" style="edgeLabel;html=1;align=center;verticalAlign=middle;resizable=0;points=[];" value="0" vertex="1">
          <mxGeometry relative="1" x="-0.2091" y="-1" as="geometry">
            <mxPoint as="offset" />
          </mxGeometry>
        </mxCell>
        <mxCell id="In8fDh9ZLN2M87an2Miy-213" edge="1" parent="1" source="In8fDh9ZLN2M87an2Miy-205" style="edgeStyle=orthogonalEdgeStyle;rounded=0;orthogonalLoop=1;jettySize=auto;html=1;" target="In8fDh9ZLN2M87an2Miy-212" value="">
          <mxGeometry relative="1" as="geometry" />
        </mxCell>
        <mxCell id="In8fDh9ZLN2M87an2Miy-205" parent="1" style="rhombus;whiteSpace=wrap;html=1;verticalAlign=top;" value="&lt;br&gt;&lt;br&gt;&lt;div&gt;&lt;br&gt;&lt;/div&gt;&lt;div&gt;Loan validation&lt;br&gt;success&lt;/div&gt;" vertex="1">
          <mxGeometry height="120" width="140" x="720" y="3105" as="geometry" />
        </mxCell>
        <mxCell id="In8fDh9ZLN2M87an2Miy-206" parent="1" style="whiteSpace=wrap;html=1;verticalAlign=middle;" value="Return err message" vertex="1">
          <mxGeometry height="60" width="120" x="730" y="3305" as="geometry" />
        </mxCell>
        <mxCell id="In8fDh9ZLN2M87an2Miy-207" edge="1" parent="1" source="In8fDh9ZLN2M87an2Miy-208" style="edgeStyle=orthogonalEdgeStyle;rounded=0;orthogonalLoop=1;jettySize=auto;html=1;entryX=0;entryY=0.5;entryDx=0;entryDy=0;" target="In8fDh9ZLN2M87an2Miy-205">
          <mxGeometry relative="1" as="geometry" />
        </mxCell>
        <mxCell id="In8fDh9ZLN2M87an2Miy-208" parent="1" style="swimlane;fontStyle=0;childLayout=stackLayout;horizontal=1;startSize=30;horizontalStack=0;resizeParent=1;resizeParentMax=0;resizeLast=0;collapsible=1;marginBottom=0;whiteSpace=wrap;html=1;" value="Validations" vertex="1">
          <mxGeometry height="120" width="140" x="460" y="3135" as="geometry" />
        </mxCell>
        <mxCell id="In8fDh9ZLN2M87an2Miy-209" parent="In8fDh9ZLN2M87an2Miy-208" style="text;strokeColor=none;fillColor=none;align=left;verticalAlign=middle;spacingLeft=4;spacingRight=4;overflow=hidden;points=[[0,0.5],[1,0.5]];portConstraint=eastwest;rotatable=0;whiteSpace=wrap;html=1;" value="user status" vertex="1">
          <mxGeometry height="30" width="140" y="30" as="geometry" />
        </mxCell>
        <mxCell id="In8fDh9ZLN2M87an2Miy-210" parent="In8fDh9ZLN2M87an2Miy-208" style="text;strokeColor=none;fillColor=none;align=left;verticalAlign=middle;spacingLeft=4;spacingRight=4;overflow=hidden;points=[[0,0.5],[1,0.5]];portConstraint=eastwest;rotatable=0;whiteSpace=wrap;html=1;" value="kyc status" vertex="1">
          <mxGeometry height="30" width="140" y="60" as="geometry" />
        </mxCell>
        <mxCell id="In8fDh9ZLN2M87an2Miy-211" parent="In8fDh9ZLN2M87an2Miy-208" style="text;strokeColor=none;fillColor=none;align=left;verticalAlign=middle;spacingLeft=4;spacingRight=4;overflow=hidden;points=[[0,0.5],[1,0.5]];portConstraint=eastwest;rotatable=0;whiteSpace=wrap;html=1;" value="loan limit status" vertex="1">
          <mxGeometry height="30" width="140" y="90" as="geometry" />
        </mxCell>
        <mxCell id="In8fDh9ZLN2M87an2Miy-212" parent="1" style="whiteSpace=wrap;html=1;verticalAlign=middle;" value="Same as one-tap ??" vertex="1">
          <mxGeometry height="60" width="120" x="950" y="3135" as="geometry" />
        </mxCell>
        <mxCell id="In8fDh9ZLN2M87an2Miy-218" edge="1" parent="1" source="In8fDh9ZLN2M87an2Miy-214" style="edgeStyle=orthogonalEdgeStyle;rounded=0;orthogonalLoop=1;jettySize=auto;html=1;entryX=0;entryY=0.5;entryDx=0;entryDy=0;" target="In8fDh9ZLN2M87an2Miy-134">
          <mxGeometry relative="1" as="geometry">
            <Array as="points">
              <mxPoint x="4860" y="2630" />
            </Array>
          </mxGeometry>
        </mxCell>
        <mxCell id="In8fDh9ZLN2M87an2Miy-221" edge="1" parent="1" source="In8fDh9ZLN2M87an2Miy-214" style="edgeStyle=orthogonalEdgeStyle;rounded=0;orthogonalLoop=1;jettySize=auto;html=1;entryX=0;entryY=0.5;entryDx=0;entryDy=0;" target="In8fDh9ZLN2M87an2Miy-149">
          <mxGeometry relative="1" as="geometry">
            <Array as="points">
              <mxPoint x="4303" y="2680" />
            </Array>
          </mxGeometry>
        </mxCell>
        <mxCell id="In8fDh9ZLN2M87an2Miy-214" parent="1" style="rhombus;whiteSpace=wrap;html=1;" value="200" vertex="1">
          <mxGeometry height="80" width="80" x="4262.62" y="2590" as="geometry" />
        </mxCell>
        <mxCell id="In8fDh9ZLN2M87an2Miy-223" edge="1" parent="1" source="In8fDh9ZLN2M87an2Miy-222" style="edgeStyle=orthogonalEdgeStyle;rounded=0;orthogonalLoop=1;jettySize=auto;html=1;" target="In8fDh9ZLN2M87an2Miy-134">
          <mxGeometry relative="1" as="geometry" />
        </mxCell>
        <mxCell id="In8fDh9ZLN2M87an2Miy-226" edge="1" parent="1" source="In8fDh9ZLN2M87an2Miy-222" style="edgeStyle=orthogonalEdgeStyle;rounded=0;orthogonalLoop=1;jettySize=auto;html=1;" target="In8fDh9ZLN2M87an2Miy-225" value="">
          <mxGeometry relative="1" as="geometry" />
        </mxCell>
        <mxCell id="In8fDh9ZLN2M87an2Miy-222" parent="1" style="rhombus;whiteSpace=wrap;html=1;" value="loan -&amp;gt; casa &lt;br&gt;amount match" vertex="1">
          <mxGeometry height="156.25" width="155" x="4561.37" y="2201.88" as="geometry" />
        </mxCell>
        <mxCell id="In8fDh9ZLN2M87an2Miy-225" parent="1" style="whiteSpace=wrap;html=1;" value="status = manual_review??" vertex="1">
          <mxGeometry height="60" width="120" x="4578.87" y="2429.995" as="geometry" />
        </mxCell>
      </root>
    </mxGraphModel>
  </diagram>
</mxfile>
